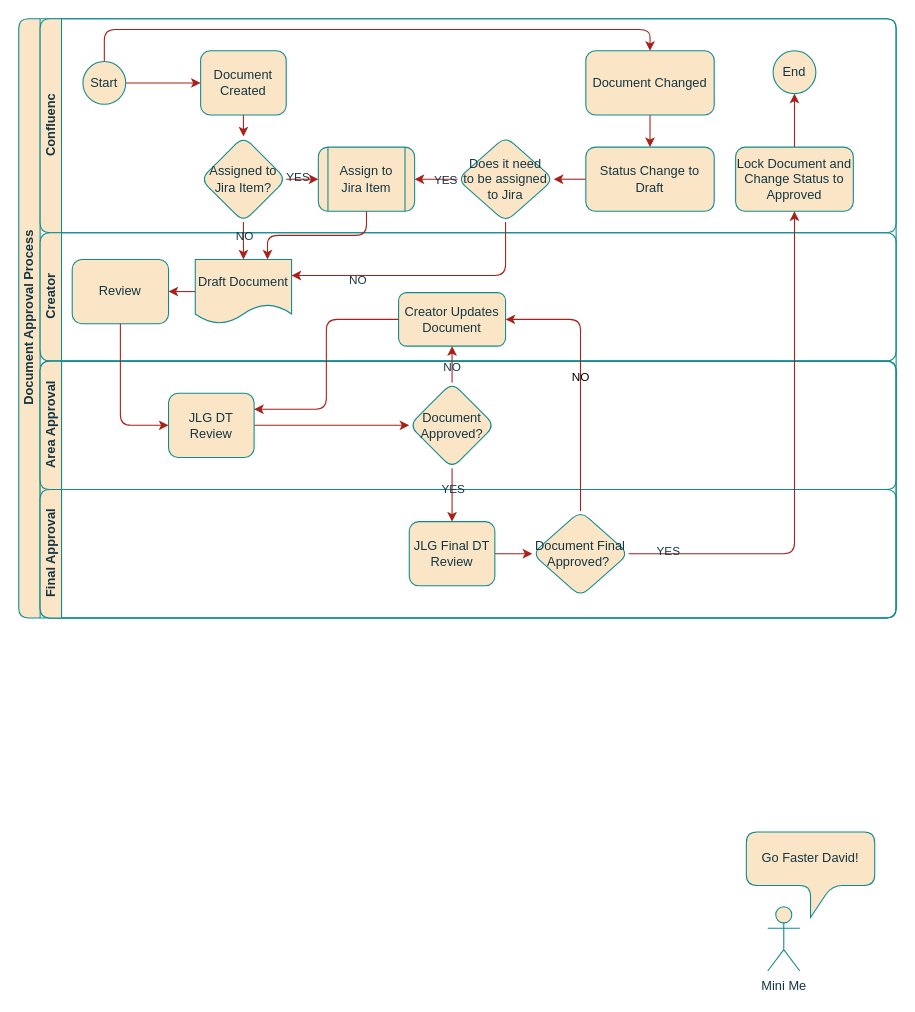
dcdodd/Fuzzy-Logic-From-David keeps this draw.io diagram as page "Document Approval" (2 of 3) of Document Creation and Approval Process V1.drawio. Above is the earlier version. Source tidied: cells renumbered, new cells numbered last; positions are measured from the earlier drawing's top-left corner, leaving out a move shared by most shapes. Both pictures are drawn from the tidied source at 107%, with x=0, y=0 at pixel (18, 18).
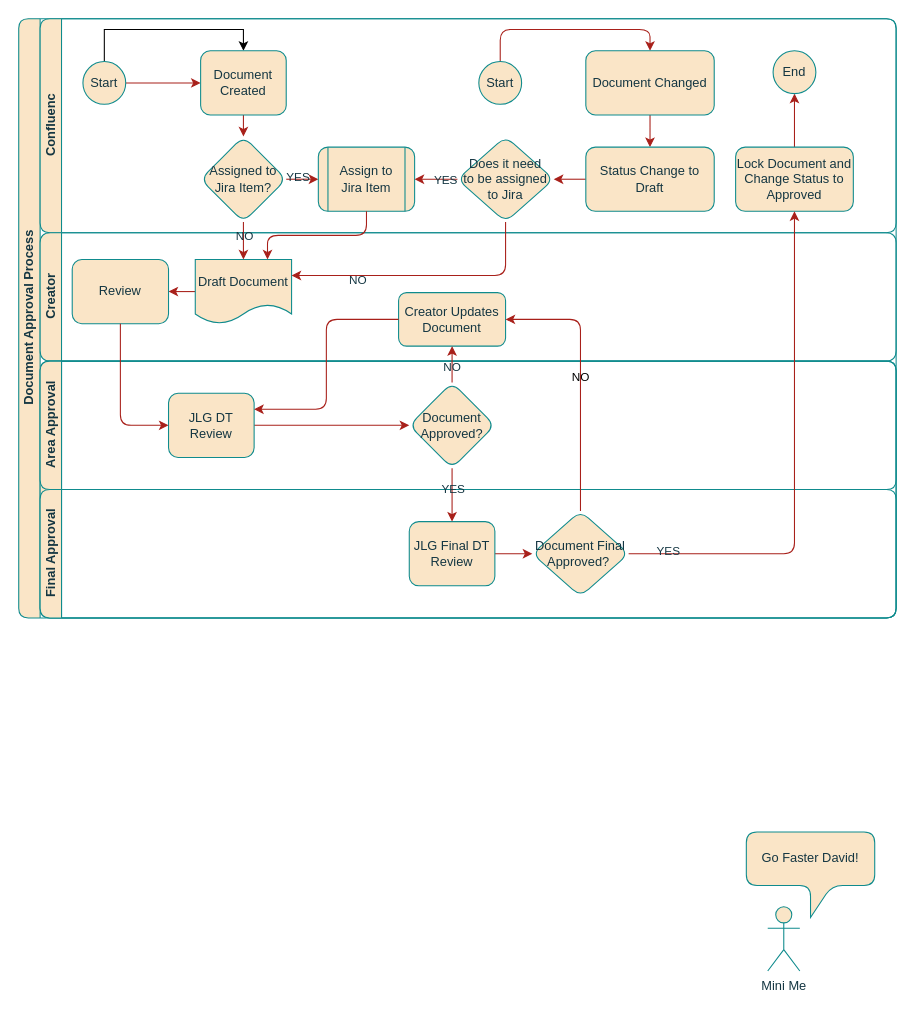
The same page after the edit.

Unchanged cells that the change refers to:
```xml
<mxCell id="3" value="Confluenc" style="swimlane;html=1;startSize=20;horizontal=0;labelBackgroundColor=none;rounded=1;fillColor=#FAE5C7;strokeColor=#0F8B8D;fontColor=#143642;" parent="2" vertex="1">
  <mxGeometry x="20" width="800" height="200" as="geometry" />
</mxCell>
<mxCell id="6" value="Start" style="ellipse;whiteSpace=wrap;html=1;labelBackgroundColor=none;rounded=1;fillColor=#FAE5C7;strokeColor=#0F8B8D;fontColor=#143642;" parent="3" vertex="1">
  <mxGeometry x="40" y="40" width="40" height="40" as="geometry" />
</mxCell>
<mxCell id="8" value="Document Created" style="rounded=1;whiteSpace=wrap;html=1;fontFamily=Helvetica;fontSize=12;align=center;labelBackgroundColor=none;fillColor=#FAE5C7;strokeColor=#0F8B8D;fontColor=#143642;" parent="3" vertex="1">
  <mxGeometry x="150" y="30" width="80" height="60" as="geometry" />
</mxCell>
<mxCell id="21" value="Document Changed" style="rounded=1;whiteSpace=wrap;html=1;labelBackgroundColor=none;fillColor=#FAE5C7;strokeColor=#0F8B8D;fontColor=#143642;" parent="3" vertex="1">
  <mxGeometry x="510" y="30" width="120" height="60" as="geometry" />
</mxCell>
```

What changed in the source:
```diff
@@
-    <mxCell id="5" style="edgeStyle=orthogonalEdgeStyle;rounded=1;jettySize=auto;html=1;exitX=0.5;exitY=0;exitDx=0;exitDy=0;entryX=0.5;entryY=0;entryDx=0;entryDy=0;labelBackgroundColor=none;strokeColor=#A8201A;fontColor=default;" parent="3" edge="1" source="6" target="21">
+    <mxCell id="5" style="edgeStyle=orthogonalEdgeStyle;rounded=1;jettySize=auto;html=1;exitX=0.5;exitY=0;exitDx=0;exitDy=0;entryX=0.5;entryY=0;entryDx=0;entryDy=0;labelBackgroundColor=none;strokeColor=#A8201A;fontColor=default;" parent="3" edge="1" source="54" target="21">
       <mxGeometry relative="1" as="geometry" />
     </mxCell>
+    <mxCell id="53" style="edgeStyle=orthogonalEdgeStyle;rounded=0;jettySize=auto;html=1;exitX=0.5;exitY=0;exitDx=0;exitDy=0;entryX=0.5;entryY=0;entryDx=0;entryDy=0;" parent="3" edge="1" source="6" target="8">
+      <mxGeometry relative="1" as="geometry" />
+    </mxCell>
@@
+    <mxCell id="54" value="Start" style="ellipse;whiteSpace=wrap;html=1;labelBackgroundColor=none;rounded=1;fillColor=#FAE5C7;strokeColor=#0F8B8D;fontColor=#143642;" parent="3" vertex="1">
+      <mxGeometry x="410" y="40" width="40" height="40" as="geometry" />
+    </mxCell>
```
